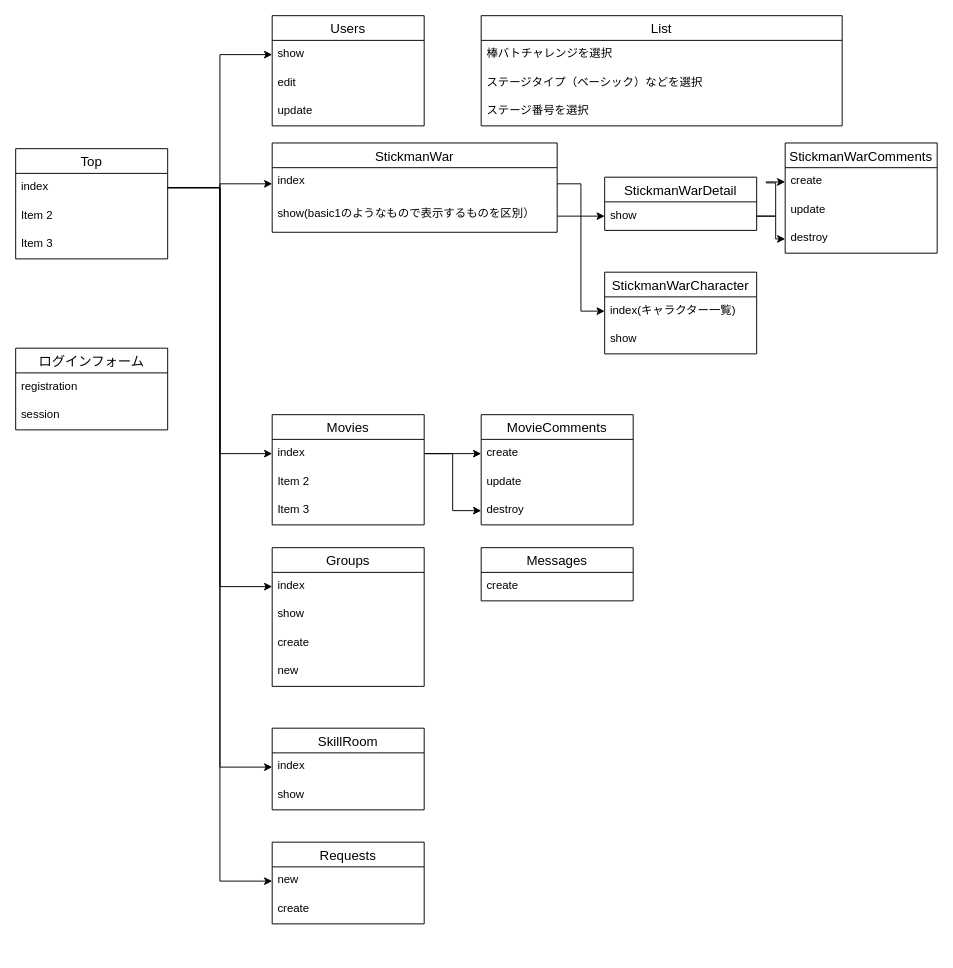
Above: flow.dio in runba3011/runba_home (draw.io), before the change. Source tidied: cells renumbered, new cells numbered last; positions are measured from the earlier drawing's top-left corner, leaving out a move shared by most shapes. Both pictures are drawn from the tidied source at 95%, with x=0, y=0 at pixel (15, 15).
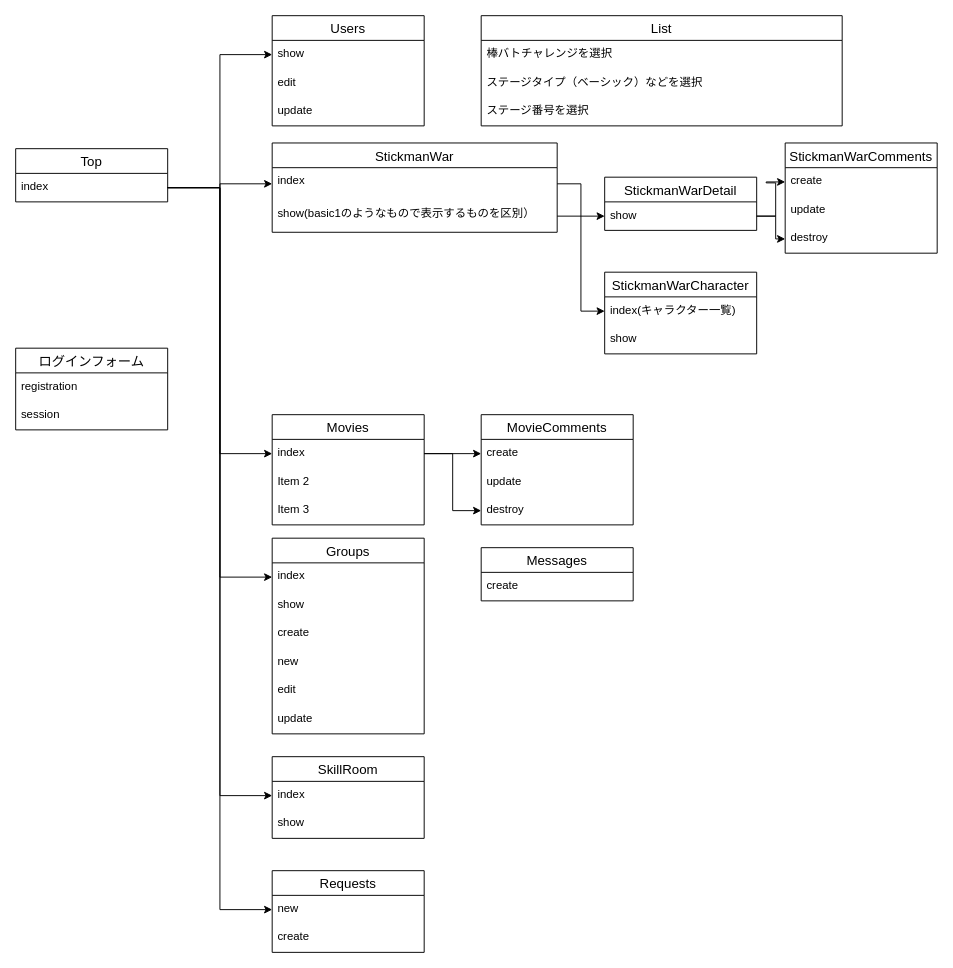
The same diagram, later.

Commit message:
フローズの修正

Change to the diagram source:
```diff
@@
     <mxCell id="2" value="Top" style="swimlane;fontStyle=0;horizontal=1;startSize=26;align=center;fontSize=14;" parent="1" vertex="1">
-      <mxGeometry y="140" width="160" height="116" as="geometry" />
+      <mxGeometry y="140" width="160" height="56" as="geometry" />
     </mxCell>
@@
-    <mxCell id="4" value="Item 2" style="text;strokeColor=none;fillColor=none;spacingLeft=4;spacingRight=4;overflow=hidden;fontSize=12;" parent="2" vertex="1">
-      <mxGeometry y="56" width="160" height="30" as="geometry" />
-    </mxCell>
-    <mxCell id="5" value="Item 3" style="text;strokeColor=none;fillColor=none;spacingLeft=4;spacingRight=4;overflow=hidden;fontSize=12;" parent="2" vertex="1">
-      <mxGeometry y="86" width="160" height="30" as="geometry" />
-    </mxCell>
@@
     <mxCell id="13" value="Groups" style="swimlane;fontStyle=0;horizontal=1;startSize=26;align=center;fontSize=14;" parent="1" vertex="1">
-      <mxGeometry x="270" y="560" width="160" height="146" as="geometry" />
+      <mxGeometry x="270" y="550" width="160" height="206" as="geometry" />
     </mxCell>
@@
+    <mxCell id="62" value="edit" style="text;strokeColor=none;fillColor=none;spacingLeft=4;spacingRight=4;overflow=hidden;fontSize=12;" parent="13" vertex="1">
+      <mxGeometry y="146" width="160" height="30" as="geometry" />
+    </mxCell>
+    <mxCell id="63" value="update" style="text;strokeColor=none;fillColor=none;spacingLeft=4;spacingRight=4;overflow=hidden;fontSize=12;" parent="13" vertex="1">
+      <mxGeometry y="176" width="160" height="30" as="geometry" />
+    </mxCell>
@@
     <mxCell id="38" value="SkillRoom" style="swimlane;fontStyle=0;horizontal=1;startSize=26;align=center;fontSize=14;" parent="1" vertex="1">
-      <mxGeometry x="270" y="750" width="160" height="86" as="geometry" />
+      <mxGeometry x="270" y="780" width="160" height="86" as="geometry" />
     </mxCell>
@@
     <mxCell id="57" value="Requests" style="swimlane;fontStyle=0;horizontal=1;startSize=26;align=center;fontSize=14;" parent="1" vertex="1">
-      <mxGeometry x="270" y="870" width="160" height="86" as="geometry" />
+      <mxGeometry x="270" y="900" width="160" height="86" as="geometry" />
     </mxCell>
```
